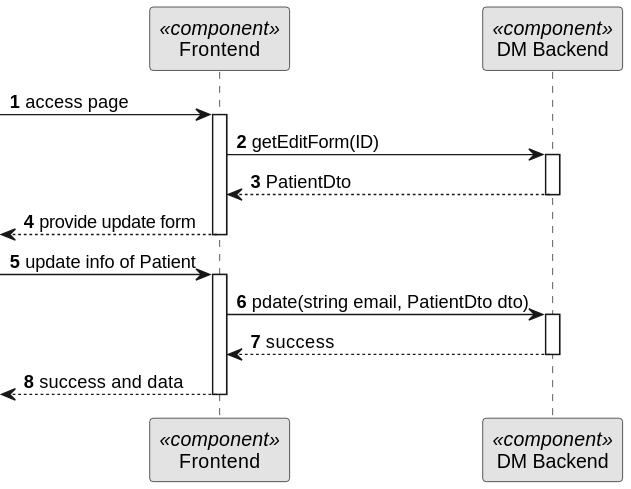
This is docs/BackofficeModule/5.1.4/sequence-diagram-3.svg from Ana-Miguel-Silva/SurgicalAppointmentAndResourceManagement, a PlantUML export, as it was before one commit.
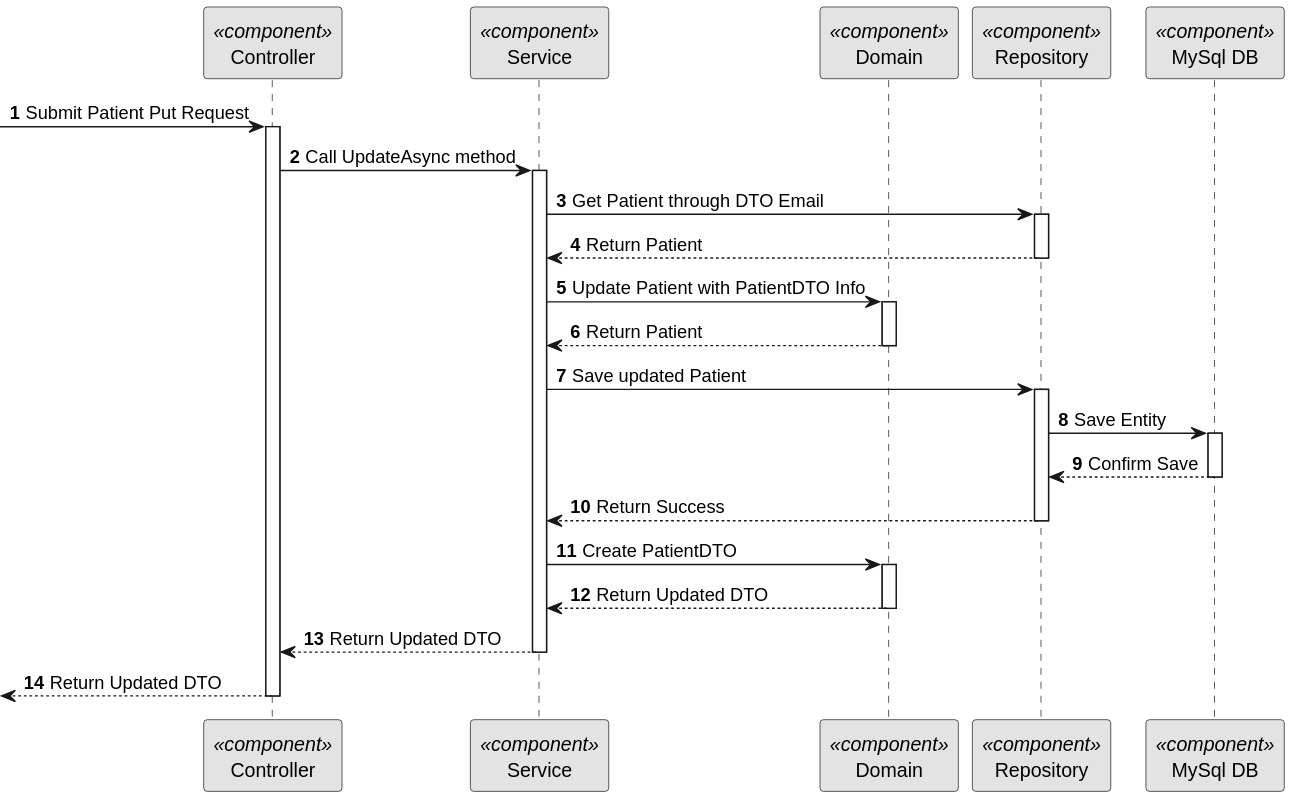
The same diagram one commit later.

What changed in the source:
```diff
@@ -5,25 +5,51 @@
 
 autonumber
 
-participant "Frontend" as FE <<component>>
-participant "DM Backend" as BE <<component>>
+participant "Controller" as CTRL <<component>>
+participant "Service" as SERV <<component>>
+participant "Domain" as DOM <<component>>
+participant "Repository" as REPO <<component>>
+participant "MySql DB" as BDD <<component>>
 
--> FE: access page
-activate FE
-FE -> BE: getEditForm(ID)
-activate BE
-BE --> FE: PatientDto
-deactivate BE
-<-- FE : provide update form
-deactivate FE
--> FE : update info of Patient
-activate FE
-FE -> BE: pdate(string email, PatientDto dto)
-activate BE
 
-BE --> FE: success
-deactivate BE
-<-- FE : success and data
+-> CTRL: Submit Patient Put Request
+activate CTRL
 
-deactivate FE
+CTRL -> SERV: Call UpdateAsync method
+activate SERV
+
+SERV -> REPO: Get Patient through DTO Email
+activate REPO
+
+REPO --> SERV: Return Patient
+deactivate REPO
+SERV -> DOM: Update Patient with PatientDTO Info
+activate DOM
+
+DOM --> SERV: Return Patient
+deactivate DOM
+
+SERV -> REPO : Save updated Patient
+activate REPO
+
+REPO -> BDD : Save Entity
+activate BDD
+
+BDD --> REPO : Confirm Save
+deactivate BDD
+
+REPO --> SERV : Return Success
+deactivate REPO
+
+SERV -> DOM : Create PatientDTO
+activate DOM
+
+DOM --> SERV : Return Updated DTO
+deactivate DOM
+
+SERV --> CTRL : Return Updated DTO
+deactivate SERV
+
+<-- CTRL  : Return Updated DTO
+deactivate CTRL
 @enduml
```
